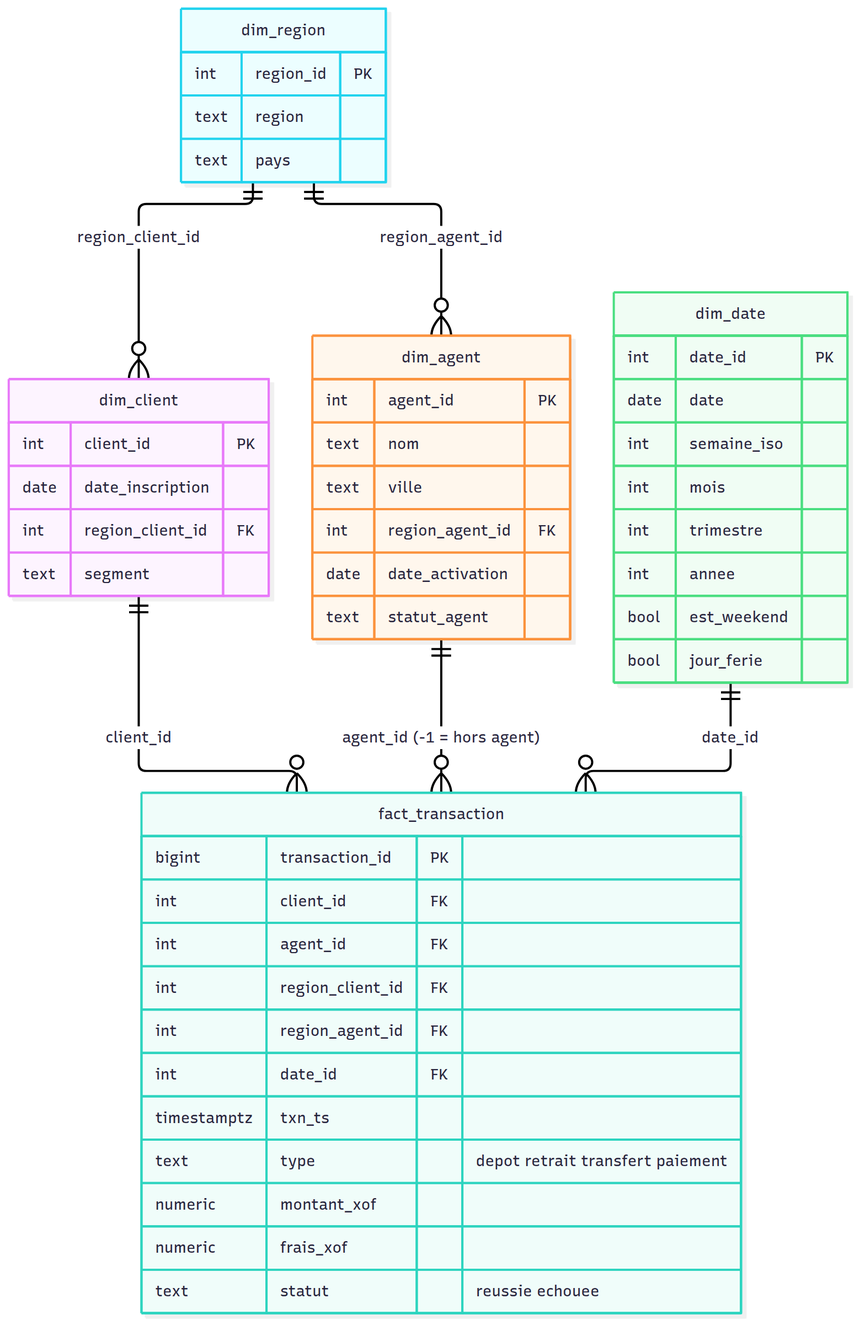
This is docs/diagrams/png/03-modele-etoile.png from justefrank/decision-agent-IA, a Mermaid export, as it was before one commit. Its source is kept beside it as docs/diagrams/03-modele-etoile.mmd. Its diagram source:
```mermaid
erDiagram
  dim_client ||--o{ fact_transaction : "client_id"
  dim_agent ||--o{ fact_transaction : "agent_id (-1 = hors agent)"
  dim_region ||--o{ dim_client : "region_client_id"
  dim_region ||--o{ dim_agent : "region_agent_id"
  dim_date ||--o{ fact_transaction : "date_id"
  fact_transaction {
    bigint transaction_id PK
    int client_id FK
    int agent_id FK
    int region_client_id FK
    int region_agent_id FK
    int date_id FK
    timestamptz txn_ts
    text type "depot retrait transfert paiement"
    numeric montant_xof
    numeric frais_xof
    text statut "reussie echouee"
  }
  dim_client {
    int client_id PK
    date date_inscription
    int region_client_id FK
    text segment
  }
  dim_agent {
    int agent_id PK
    text nom
    text ville
    int region_agent_id FK
    date date_activation
    text statut_agent
  }
  dim_region {
    int region_id PK
    text region
    text pays
  }
  dim_date {
    int date_id PK
    date date
    int semaine_iso
    int mois
    int trimestre
    int annee
    bool est_weekend
    bool jour_ferie
  }
```
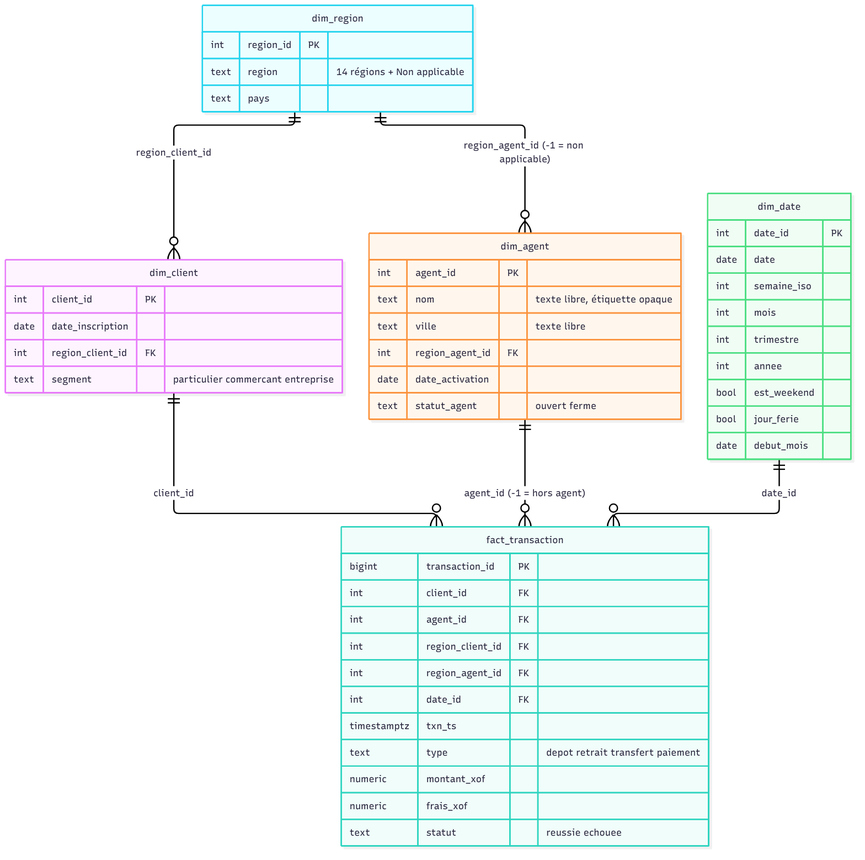
Later version of the same file.

The edit, as a diff of the source:
```diff
@@ -2,7 +2,7 @@
   dim_client ||--o{ fact_transaction : "client_id"
   dim_agent ||--o{ fact_transaction : "agent_id (-1 = hors agent)"
   dim_region ||--o{ dim_client : "region_client_id"
-  dim_region ||--o{ dim_agent : "region_agent_id"
+  dim_region ||--o{ dim_agent : "region_agent_id (-1 = non applicable)"
   dim_date ||--o{ fact_transaction : "date_id"
   fact_transaction {
     bigint transaction_id PK
@@ -21,19 +21,19 @@
     int client_id PK
     date date_inscription
     int region_client_id FK
-    text segment
+    text segment "particulier commercant entreprise"
   }
   dim_agent {
     int agent_id PK
-    text nom
-    text ville
+    text nom "texte libre, étiquette opaque"
+    text ville "texte libre"
     int region_agent_id FK
     date date_activation
-    text statut_agent
+    text statut_agent "ouvert ferme"
   }
   dim_region {
     int region_id PK
-    text region
+    text region "14 régions + Non applicable"
     text pays
   }
   dim_date {
@@ -45,4 +45,5 @@
     int annee
     bool est_weekend
     bool jour_ferie
+    date debut_mois
   }
```
